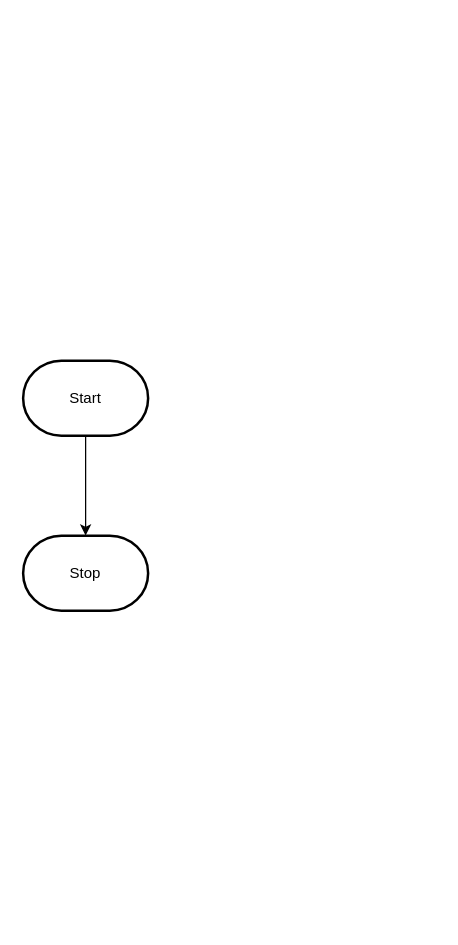
Earlier version of the draw.io diagram design/flowchart.drawio (MTHS-ICD2O-1-2023/ICD2O-Unit-5-05-tymofii-stepanov). Source tidied: cells renumbered, new cells numbered last; positions are measured from the earlier drawing's top-left corner, leaving out a move shared by most shapes. Both pictures are drawn from the tidied source at 125%, with x=0, y=0 at pixel (22, 360).
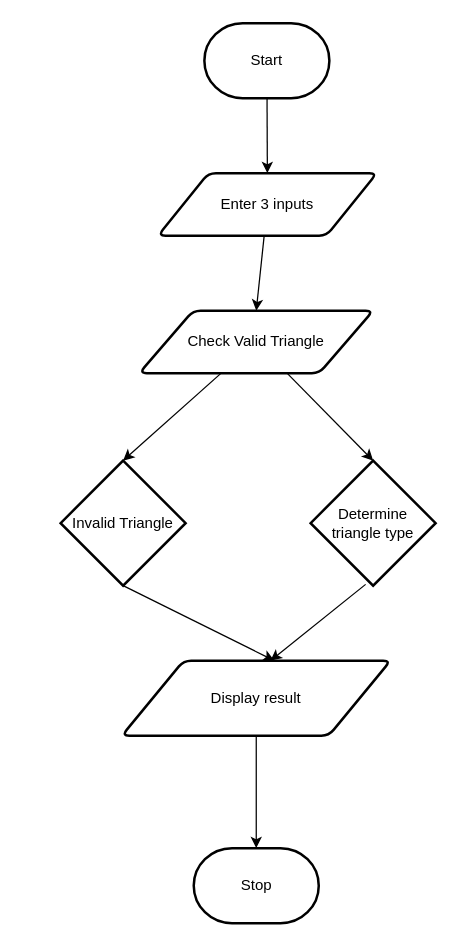
The same page after the edit.

Diff of the diagram source:
```diff
@@
 <mxGraphModel>
   <root>
     <mxCell id="0" />
     <mxCell id="1" parent="0" />
-    <mxCell id="2" style="edgeStyle=orthogonalEdgeStyle;html=1;rounded=0;" parent="1" edge="1" source="3" target="4">
-      <mxGeometry relative="1" as="geometry" />
-    </mxCell>
+    <mxCell id="5" style="edgeStyle=none;html=1;" parent="1" edge="1" source="3" target="2">
+      <mxGeometry relative="1" as="geometry" />
+    </mxCell>
     <mxCell id="3" value="Start" style="strokeWidth=2;html=1;shape=mxgraph.flowchart.terminator;whiteSpace=wrap;" parent="1" vertex="1">
-      <mxGeometry width="100" height="60" as="geometry" />
+      <mxGeometry x="145" y="-270" width="100" height="60" as="geometry" />
     </mxCell>
     <mxCell id="4" value="Stop" style="strokeWidth=2;html=1;shape=mxgraph.flowchart.terminator;whiteSpace=wrap;" parent="1" vertex="1">
-      <mxGeometry y="140" width="100" height="60" as="geometry" />
+      <mxGeometry x="136.5" y="390" width="100" height="60" as="geometry" />
     </mxCell>
+    <mxCell id="6" style="edgeStyle=none;html=1;entryX=0.5;entryY=0;entryDx=0;entryDy=0;" parent="1" edge="1" source="2" target="9">
+      <mxGeometry relative="1" as="geometry" />
+    </mxCell>
+    <mxCell id="2" value="Enter 3 inputs" style="shape=parallelogram;html=1;strokeWidth=2;perimeter=parallelogramPerimeter;whiteSpace=wrap;rounded=1;arcSize=12;size=0.23;" parent="1" vertex="1">
+      <mxGeometry x="108" y="-150" width="175" height="50" as="geometry" />
+    </mxCell>
+    <mxCell id="7" style="edgeStyle=none;html=1;entryX=0.5;entryY=0;entryDx=0;entryDy=0;entryPerimeter=0;" parent="1" edge="1" source="9" target="11">
+      <mxGeometry relative="1" as="geometry" />
+    </mxCell>
+    <mxCell id="8" style="edgeStyle=none;html=1;entryX=0.5;entryY=0;entryDx=0;entryDy=0;entryPerimeter=0;" parent="1" edge="1" source="9" target="13">
+      <mxGeometry relative="1" as="geometry" />
+    </mxCell>
+    <mxCell id="9" value="Check Valid Triangle" style="shape=parallelogram;html=1;strokeWidth=2;perimeter=parallelogramPerimeter;whiteSpace=wrap;rounded=1;arcSize=12;size=0.23;" parent="1" vertex="1">
+      <mxGeometry x="93" y="-40" width="187" height="50" as="geometry" />
+    </mxCell>
+    <mxCell id="10" style="edgeStyle=none;html=1;entryX=0.567;entryY=0;entryDx=0;entryDy=0;entryPerimeter=0;exitX=0.5;exitY=1;exitDx=0;exitDy=0;exitPerimeter=0;" parent="1" edge="1" source="11" target="15">
+      <mxGeometry relative="1" as="geometry" />
+    </mxCell>
+    <mxCell id="11" value="Invalid Triangle" style="strokeWidth=2;html=1;shape=mxgraph.flowchart.decision;whiteSpace=wrap;" parent="1" vertex="1">
+      <mxGeometry x="30" y="80" width="100" height="100" as="geometry" />
+    </mxCell>
+    <mxCell id="12" style="edgeStyle=none;html=1;entryX=0.553;entryY=0;entryDx=0;entryDy=0;entryPerimeter=0;exitX=0.44;exitY=0.99;exitDx=0;exitDy=0;exitPerimeter=0;" parent="1" edge="1" source="13" target="15">
+      <mxGeometry relative="1" as="geometry" />
+    </mxCell>
+    <mxCell id="13" value="Determine triangle type" style="strokeWidth=2;html=1;shape=mxgraph.flowchart.decision;whiteSpace=wrap;" parent="1" vertex="1">
+      <mxGeometry x="230" y="80" width="100" height="100" as="geometry" />
+    </mxCell>
+    <mxCell id="14" style="edgeStyle=none;html=1;entryX=0.5;entryY=0;entryDx=0;entryDy=0;entryPerimeter=0;" parent="1" edge="1" source="15" target="4">
+      <mxGeometry relative="1" as="geometry" />
+    </mxCell>
+    <mxCell id="15" value="Display result" style="shape=parallelogram;html=1;strokeWidth=2;perimeter=parallelogramPerimeter;whiteSpace=wrap;rounded=1;arcSize=12;size=0.23;" parent="1" vertex="1">
+      <mxGeometry x="79" y="240" width="215" height="60" as="geometry" />
+    </mxCell>
   </root>
 </mxGraphModel>
```
